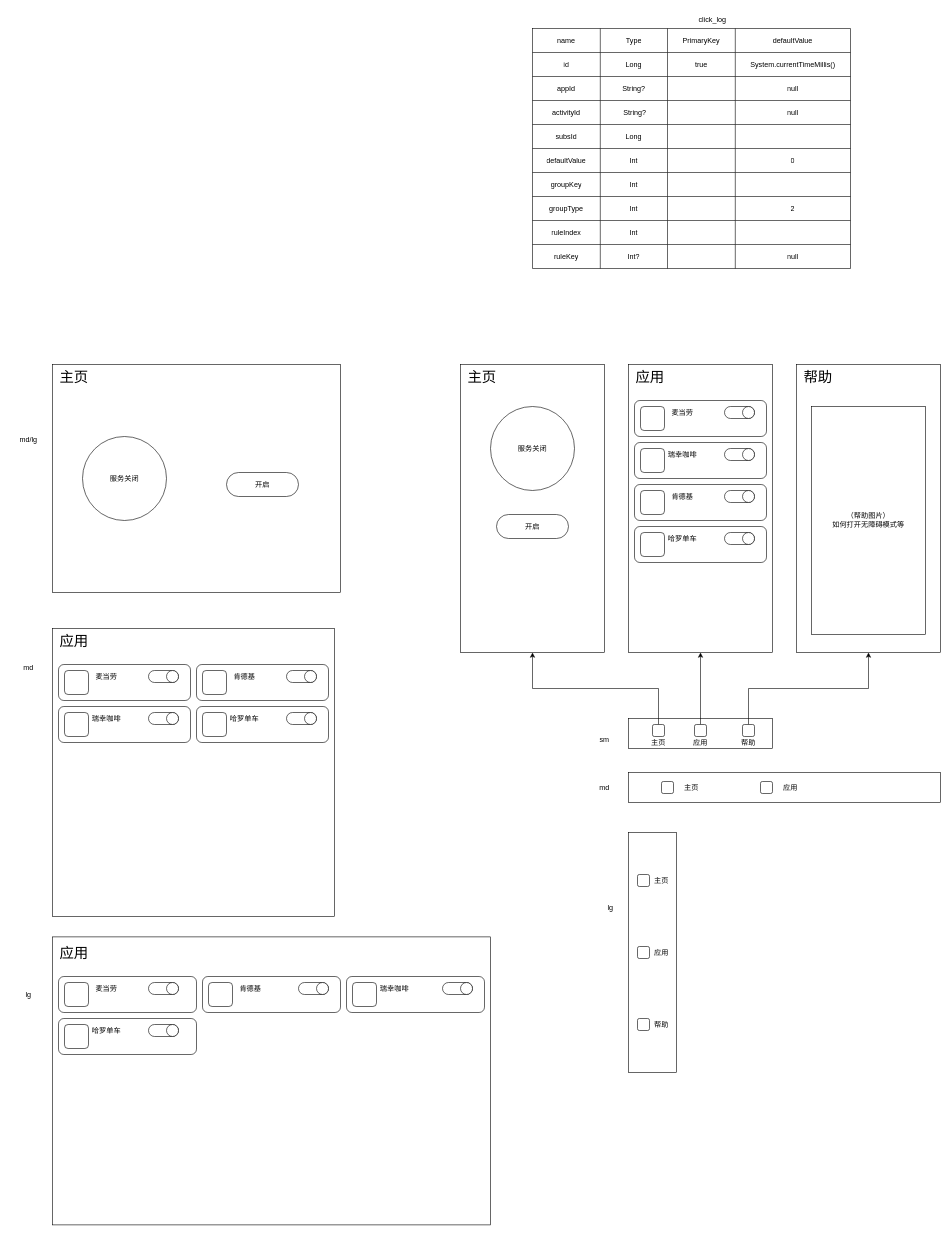
This is 设计图.drawio from catchFishCat/HomoJump, a draw.io file, before an edit. Source tidied: cells renumbered, new cells numbered last; positions are measured from the earlier drawing's top-left corner, leaving out a move shared by most shapes. Both pictures are drawn from the tidied source at 60%, with x=0, y=0 at pixel (10, 10).
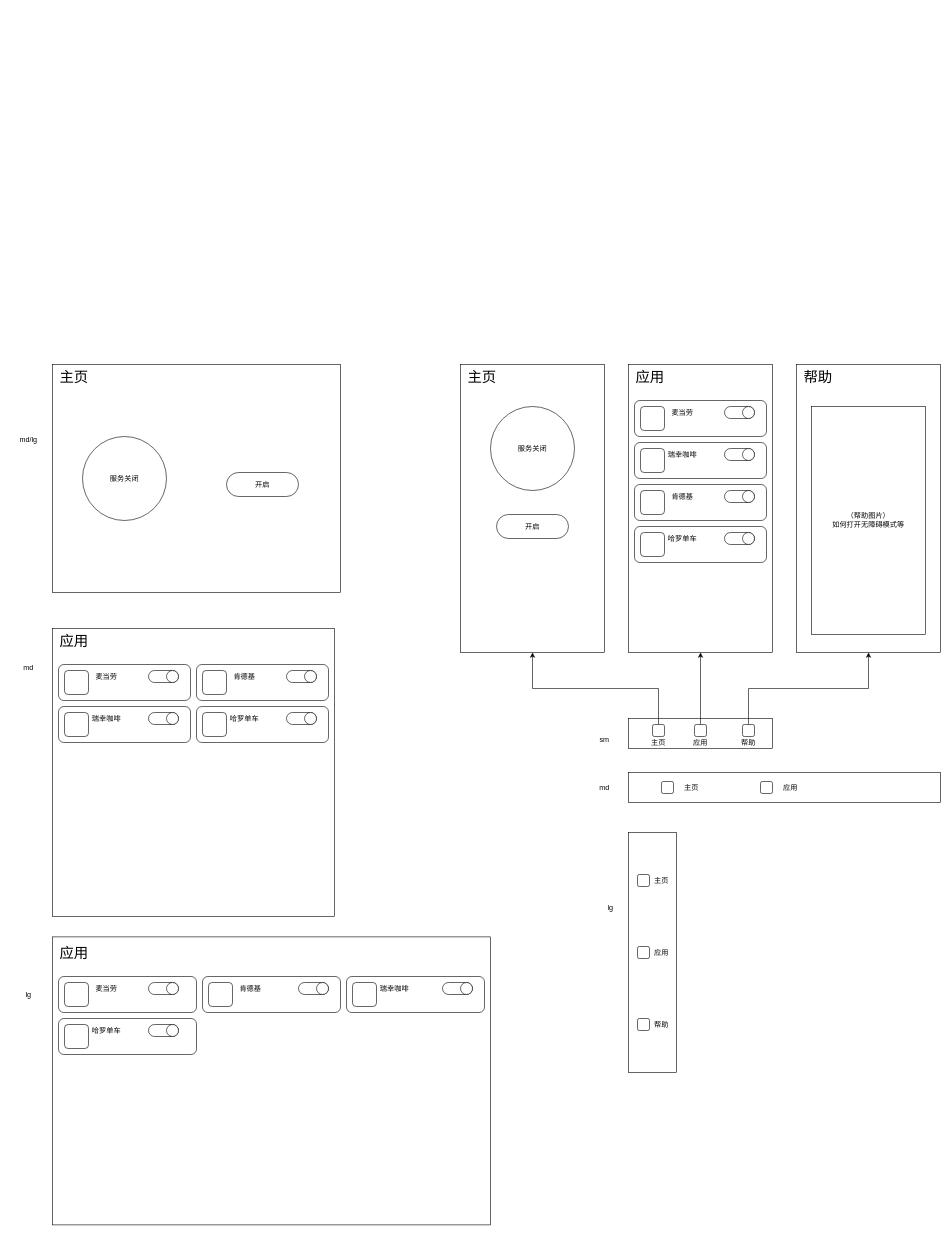
The same diagram, later.

Commit message:
更新设计图.drawio

What changed in the source:
```diff
@@
-    <mxCell id="2" style="shape=table;startSize=0;childLayout=tableLayout;" parent="1" vertex="1">
-      <mxGeometry x="870" y="30" width="530" height="400" as="geometry" />
-    </mxCell>
-    <mxCell id="3" style="shape=tableRow;horizontal=0;startSize=0;swimlaneHead=0;swimlaneBody=0;strokeColor=inherit;top=0;left=0;bottom=0;right=0;fillColor=none;" parent="2" vertex="1">
-      <mxGeometry width="530" height="40" as="geometry" />
-    </mxCell>
-    <mxCell id="4" value="name" style="shape=partialRectangle;html=1;whiteSpace=wrap;strokeColor=inherit;overflow=hidden;fillColor=none;top=0;left=0;bottom=0;right=0;" parent="3" vertex="1">
-      <mxGeometry width="113" height="40" as="geometry" />
-    </mxCell>
-    <mxCell id="5" value="Type" style="shape=partialRectangle;html=1;whiteSpace=wrap;strokeColor=inherit;overflow=hidden;fillColor=none;top=0;left=0;bottom=0;right=0;" parent="3" vertex="1">
-      <mxGeometry x="113" width="112" height="40" as="geometry" />
-    </mxCell>
-    <mxCell id="6" value="PrimaryKey" style="shape=partialRectangle;html=1;whiteSpace=wrap;strokeColor=inherit;overflow=hidden;fillColor=none;top=0;left=0;bottom=0;right=0;" parent="3" vertex="1">
-      <mxGeometry x="225" width="113" height="40" as="geometry" />
-    </mxCell>
-    <mxCell id="7" value="defaultValue" style="shape=partialRectangle;html=1;whiteSpace=wrap;strokeColor=inherit;overflow=hidden;fillColor=none;top=0;left=0;bottom=0;right=0;" parent="3" vertex="1">
-      <mxGeometry x="338" width="192" height="40" as="geometry" />
-    </mxCell>
-    <mxCell id="8" style="shape=tableRow;horizontal=0;startSize=0;swimlaneHead=0;swimlaneBody=0;strokeColor=inherit;top=0;left=0;bottom=0;right=0;fillColor=none;" parent="2" vertex="1">
-      <mxGeometry y="40" width="530" height="40" as="geometry" />
-    </mxCell>
-    <mxCell id="9" value="id" style="shape=partialRectangle;html=1;whiteSpace=wrap;strokeColor=inherit;overflow=hidden;fillColor=none;top=0;left=0;bottom=0;right=0;" parent="8" vertex="1">
-      <mxGeometry width="113" height="40" as="geometry" />
-    </mxCell>
-    <mxCell id="10" value="Long" style="shape=partialRectangle;html=1;whiteSpace=wrap;strokeColor=inherit;overflow=hidden;fillColor=none;top=0;left=0;bottom=0;right=0;" parent="8" vertex="1">
-      <mxGeometry x="113" width="112" height="40" as="geometry" />
-    </mxCell>
-    <mxCell id="11" value="true" style="shape=partialRectangle;html=1;whiteSpace=wrap;strokeColor=inherit;overflow=hidden;fillColor=none;top=0;left=0;bottom=0;right=0;" parent="8" vertex="1">
-      <mxGeometry x="225" width="113" height="40" as="geometry" />
-    </mxCell>
-    <mxCell id="12" value="System.currentTimeMillis()" style="shape=partialRectangle;html=1;whiteSpace=wrap;strokeColor=inherit;overflow=hidden;fillColor=none;top=0;left=0;bottom=0;right=0;" parent="8" vertex="1">
-      <mxGeometry x="338" width="192" height="40" as="geometry" />
-    </mxCell>
-    <mxCell id="13" style="shape=tableRow;horizontal=0;startSize=0;swimlaneHead=0;swimlaneBody=0;strokeColor=inherit;top=0;left=0;bottom=0;right=0;fillColor=none;" parent="2" vertex="1">
-      <mxGeometry y="80" width="530" height="40" as="geometry" />
-    </mxCell>
-    <mxCell id="14" value="appId" style="shape=partialRectangle;html=1;whiteSpace=wrap;strokeColor=inherit;overflow=hidden;fillColor=none;top=0;left=0;bottom=0;right=0;" parent="13" vertex="1">
-      <mxGeometry width="113" height="40" as="geometry" />
-    </mxCell>
-    <mxCell id="15" value="String?" style="shape=partialRectangle;html=1;whiteSpace=wrap;strokeColor=inherit;overflow=hidden;fillColor=none;top=0;left=0;bottom=0;right=0;" parent="13" vertex="1">
-      <mxGeometry x="113" width="112" height="40" as="geometry" />
-    </mxCell>
-    <mxCell id="16" style="shape=partialRectangle;html=1;whiteSpace=wrap;strokeColor=inherit;overflow=hidden;fillColor=none;top=0;left=0;bottom=0;right=0;" parent="13" vertex="1">
-      <mxGeometry x="225" width="113" height="40" as="geometry" />
-    </mxCell>
-    <mxCell id="17" value="null" style="shape=partialRectangle;html=1;whiteSpace=wrap;strokeColor=inherit;overflow=hidden;fillColor=none;top=0;left=0;bottom=0;right=0;" parent="13" vertex="1">
-      <mxGeometry x="338" width="192" height="40" as="geometry" />
-    </mxCell>
-    <mxCell id="18" style="shape=tableRow;horizontal=0;startSize=0;swimlaneHead=0;swimlaneBody=0;strokeColor=inherit;top=0;left=0;bottom=0;right=0;fillColor=none;" parent="2" vertex="1">
-      <mxGeometry y="120" width="530" height="40" as="geometry" />
-    </mxCell>
-    <mxCell id="19" value="activityId" style="shape=partialRectangle;html=1;whiteSpace=wrap;strokeColor=inherit;overflow=hidden;fillColor=none;top=0;left=0;bottom=0;right=0;" parent="18" vertex="1">
-      <mxGeometry width="113" height="40" as="geometry" />
-    </mxCell>
-    <mxCell id="20" value="&amp;nbsp;String?" style="shape=partialRectangle;html=1;whiteSpace=wrap;strokeColor=inherit;overflow=hidden;fillColor=none;top=0;left=0;bottom=0;right=0;" parent="18" vertex="1">
-      <mxGeometry x="113" width="112" height="40" as="geometry" />
-    </mxCell>
-    <mxCell id="21" style="shape=partialRectangle;html=1;whiteSpace=wrap;strokeColor=inherit;overflow=hidden;fillColor=none;top=0;left=0;bottom=0;right=0;" parent="18" vertex="1">
-      <mxGeometry x="225" width="113" height="40" as="geometry" />
-    </mxCell>
-    <mxCell id="22" value="null" style="shape=partialRectangle;html=1;whiteSpace=wrap;strokeColor=inherit;overflow=hidden;fillColor=none;top=0;left=0;bottom=0;right=0;" parent="18" vertex="1">
-      <mxGeometry x="338" width="192" height="40" as="geometry" />
-    </mxCell>
-    <mxCell id="23" style="shape=tableRow;horizontal=0;startSize=0;swimlaneHead=0;swimlaneBody=0;strokeColor=inherit;top=0;left=0;bottom=0;right=0;fillColor=none;" parent="2" vertex="1">
-      <mxGeometry y="160" width="530" height="40" as="geometry" />
-    </mxCell>
-    <mxCell id="24" value="subsId" style="shape=partialRectangle;html=1;whiteSpace=wrap;strokeColor=inherit;overflow=hidden;fillColor=none;top=0;left=0;bottom=0;right=0;" parent="23" vertex="1">
-      <mxGeometry width="113" height="40" as="geometry" />
-    </mxCell>
-    <mxCell id="25" value="Long" style="shape=partialRectangle;html=1;whiteSpace=wrap;strokeColor=inherit;overflow=hidden;fillColor=none;top=0;left=0;bottom=0;right=0;" parent="23" vertex="1">
-      <mxGeometry x="113" width="112" height="40" as="geometry" />
-    </mxCell>
-    <mxCell id="26" style="shape=partialRectangle;html=1;whiteSpace=wrap;strokeColor=inherit;overflow=hidden;fillColor=none;top=0;left=0;bottom=0;right=0;" parent="23" vertex="1">
-      <mxGeometry x="225" width="113" height="40" as="geometry" />
-    </mxCell>
-    <mxCell id="27" style="shape=partialRectangle;html=1;whiteSpace=wrap;strokeColor=inherit;overflow=hidden;fillColor=none;top=0;left=0;bottom=0;right=0;" parent="23" vertex="1">
-      <mxGeometry x="338" width="192" height="40" as="geometry" />
-    </mxCell>
-    <mxCell id="28" style="shape=tableRow;horizontal=0;startSize=0;swimlaneHead=0;swimlaneBody=0;strokeColor=inherit;top=0;left=0;bottom=0;right=0;fillColor=none;" parent="2" vertex="1">
-      <mxGeometry y="200" width="530" height="40" as="geometry" />
-    </mxCell>
-    <mxCell id="29" value="defaultValue" style="shape=partialRectangle;html=1;whiteSpace=wrap;strokeColor=inherit;overflow=hidden;fillColor=none;top=0;left=0;bottom=0;right=0;" parent="28" vertex="1">
-      <mxGeometry width="113" height="40" as="geometry" />
-    </mxCell>
-    <mxCell id="30" value="Int" style="shape=partialRectangle;html=1;whiteSpace=wrap;strokeColor=inherit;overflow=hidden;fillColor=none;top=0;left=0;bottom=0;right=0;" parent="28" vertex="1">
-      <mxGeometry x="113" width="112" height="40" as="geometry" />
-    </mxCell>
-    <mxCell id="31" style="shape=partialRectangle;html=1;whiteSpace=wrap;strokeColor=inherit;overflow=hidden;fillColor=none;top=0;left=0;bottom=0;right=0;" parent="28" vertex="1">
-      <mxGeometry x="225" width="113" height="40" as="geometry" />
-    </mxCell>
-    <mxCell id="32" value="0" style="shape=partialRectangle;html=1;whiteSpace=wrap;strokeColor=inherit;overflow=hidden;fillColor=none;top=0;left=0;bottom=0;right=0;" parent="28" vertex="1">
-      <mxGeometry x="338" width="192" height="40" as="geometry" />
-    </mxCell>
-    <mxCell id="33" style="shape=tableRow;horizontal=0;startSize=0;swimlaneHead=0;swimlaneBody=0;strokeColor=inherit;top=0;left=0;bottom=0;right=0;fillColor=none;" parent="2" vertex="1">
-      <mxGeometry y="240" width="530" height="40" as="geometry" />
-    </mxCell>
-    <mxCell id="34" value="groupKey" style="shape=partialRectangle;html=1;whiteSpace=wrap;strokeColor=inherit;overflow=hidden;fillColor=none;top=0;left=0;bottom=0;right=0;" parent="33" vertex="1">
-      <mxGeometry width="113" height="40" as="geometry" />
-    </mxCell>
-    <mxCell id="35" value="Int" style="shape=partialRectangle;html=1;whiteSpace=wrap;strokeColor=inherit;overflow=hidden;fillColor=none;top=0;left=0;bottom=0;right=0;" parent="33" vertex="1">
-      <mxGeometry x="113" width="112" height="40" as="geometry" />
-    </mxCell>
-    <mxCell id="36" style="shape=partialRectangle;html=1;whiteSpace=wrap;strokeColor=inherit;overflow=hidden;fillColor=none;top=0;left=0;bottom=0;right=0;" parent="33" vertex="1">
-      <mxGeometry x="225" width="113" height="40" as="geometry" />
-    </mxCell>
-    <mxCell id="37" style="shape=partialRectangle;html=1;whiteSpace=wrap;strokeColor=inherit;overflow=hidden;fillColor=none;top=0;left=0;bottom=0;right=0;" parent="33" vertex="1">
-      <mxGeometry x="338" width="192" height="40" as="geometry" />
-    </mxCell>
-    <mxCell id="38" style="shape=tableRow;horizontal=0;startSize=0;swimlaneHead=0;swimlaneBody=0;strokeColor=inherit;top=0;left=0;bottom=0;right=0;fillColor=none;" parent="2" vertex="1">
-      <mxGeometry y="280" width="530" height="40" as="geometry" />
-    </mxCell>
-    <mxCell id="39" value="groupType" style="shape=partialRectangle;html=1;whiteSpace=wrap;strokeColor=inherit;overflow=hidden;fillColor=none;top=0;left=0;bottom=0;right=0;" parent="38" vertex="1">
-      <mxGeometry width="113" height="40" as="geometry" />
-    </mxCell>
-    <mxCell id="40" value="Int" style="shape=partialRectangle;html=1;whiteSpace=wrap;strokeColor=inherit;overflow=hidden;fillColor=none;top=0;left=0;bottom=0;right=0;" parent="38" vertex="1">
-      <mxGeometry x="113" width="112" height="40" as="geometry" />
-    </mxCell>
-    <mxCell id="41" style="shape=partialRectangle;html=1;whiteSpace=wrap;strokeColor=inherit;overflow=hidden;fillColor=none;top=0;left=0;bottom=0;right=0;" parent="38" vertex="1">
-      <mxGeometry x="225" width="113" height="40" as="geometry" />
-    </mxCell>
-    <mxCell id="42" value="2" style="shape=partialRectangle;html=1;whiteSpace=wrap;strokeColor=inherit;overflow=hidden;fillColor=none;top=0;left=0;bottom=0;right=0;" parent="38" vertex="1">
-      <mxGeometry x="338" width="192" height="40" as="geometry" />
-    </mxCell>
-    <mxCell id="43" style="shape=tableRow;horizontal=0;startSize=0;swimlaneHead=0;swimlaneBody=0;strokeColor=inherit;top=0;left=0;bottom=0;right=0;fillColor=none;" parent="2" vertex="1">
-      <mxGeometry y="320" width="530" height="40" as="geometry" />
-    </mxCell>
-    <mxCell id="44" value="ruleIndex" style="shape=partialRectangle;html=1;whiteSpace=wrap;strokeColor=inherit;overflow=hidden;fillColor=none;top=0;left=0;bottom=0;right=0;" parent="43" vertex="1">
-      <mxGeometry width="113" height="40" as="geometry" />
-    </mxCell>
-    <mxCell id="45" value="Int" style="shape=partialRectangle;html=1;whiteSpace=wrap;strokeColor=inherit;overflow=hidden;fillColor=none;top=0;left=0;bottom=0;right=0;" parent="43" vertex="1">
-      <mxGeometry x="113" width="112" height="40" as="geometry" />
-    </mxCell>
-    <mxCell id="46" style="shape=partialRectangle;html=1;whiteSpace=wrap;strokeColor=inherit;overflow=hidden;fillColor=none;top=0;left=0;bottom=0;right=0;" parent="43" vertex="1">
-      <mxGeometry x="225" width="113" height="40" as="geometry" />
-    </mxCell>
-    <mxCell id="47" style="shape=partialRectangle;html=1;whiteSpace=wrap;strokeColor=inherit;overflow=hidden;fillColor=none;top=0;left=0;bottom=0;right=0;" parent="43" vertex="1">
-      <mxGeometry x="338" width="192" height="40" as="geometry" />
-    </mxCell>
-    <mxCell id="48" style="shape=tableRow;horizontal=0;startSize=0;swimlaneHead=0;swimlaneBody=0;strokeColor=inherit;top=0;left=0;bottom=0;right=0;fillColor=none;" parent="2" vertex="1">
-      <mxGeometry y="360" width="530" height="40" as="geometry" />
-    </mxCell>
-    <mxCell id="49" value="ruleKey" style="shape=partialRectangle;html=1;whiteSpace=wrap;strokeColor=inherit;overflow=hidden;fillColor=none;top=0;left=0;bottom=0;right=0;" parent="48" vertex="1">
-      <mxGeometry width="113" height="40" as="geometry" />
-    </mxCell>
-    <mxCell id="50" value="Int?" style="shape=partialRectangle;html=1;whiteSpace=wrap;strokeColor=inherit;overflow=hidden;fillColor=none;top=0;left=0;bottom=0;right=0;" parent="48" vertex="1">
-      <mxGeometry x="113" width="112" height="40" as="geometry" />
-    </mxCell>
-    <mxCell id="51" style="shape=partialRectangle;html=1;whiteSpace=wrap;strokeColor=inherit;overflow=hidden;fillColor=none;top=0;left=0;bottom=0;right=0;" parent="48" vertex="1">
-      <mxGeometry x="225" width="113" height="40" as="geometry" />
-    </mxCell>
-    <mxCell id="52" value="null" style="shape=partialRectangle;html=1;whiteSpace=wrap;strokeColor=inherit;overflow=hidden;fillColor=none;top=0;left=0;bottom=0;right=0;" parent="48" vertex="1">
-      <mxGeometry x="338" width="192" height="40" as="geometry" />
-    </mxCell>
-    <mxCell id="53" value="click_log" style="text;html=1;align=center;verticalAlign=middle;whiteSpace=wrap;rounded=0;" parent="1" vertex="1">
-      <mxGeometry x="1140" width="60" height="30" as="geometry" />
-    </mxCell>
```
